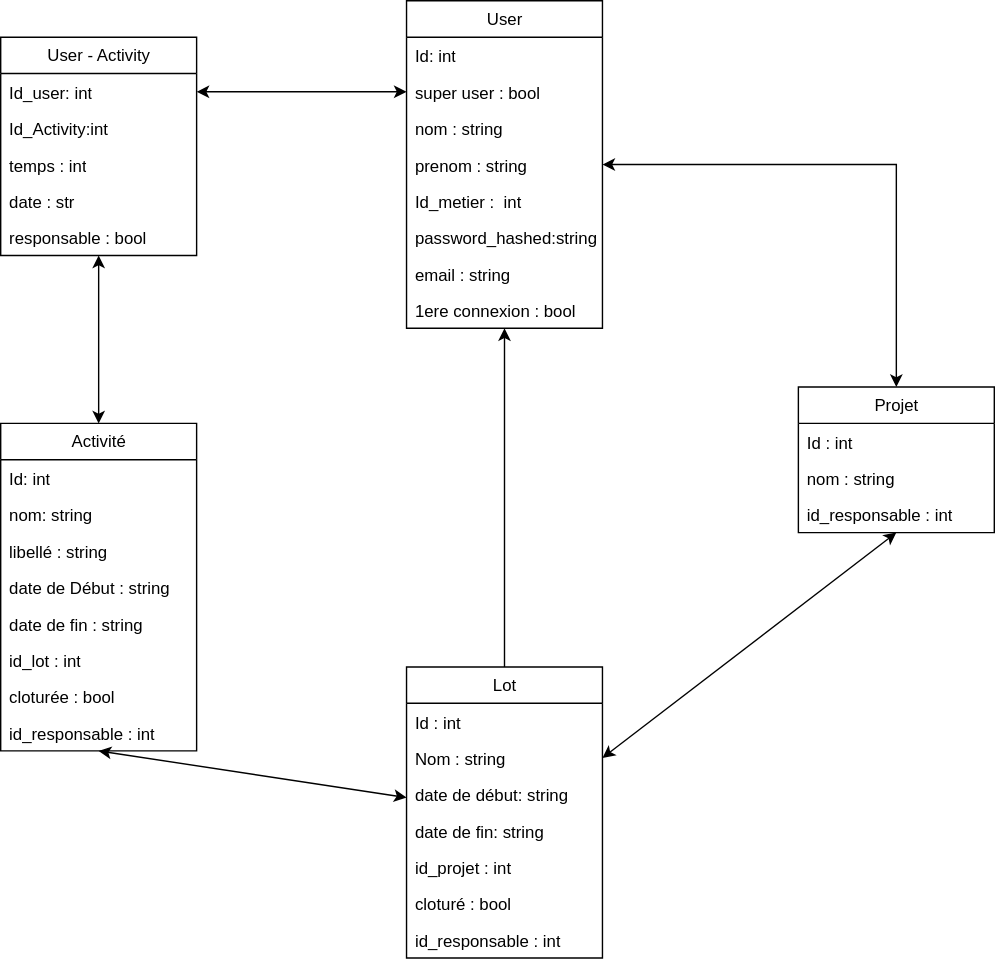
fetohiaras/projet-genilog-is keeps this draw.io diagram as BDD/diagramme_BDD.svg. Above is the earlier version. Source tidied: cells renumbered, new cells last; positions are measured from the earlier drawing's top-left corner, leaving out a move shared by most shapes.
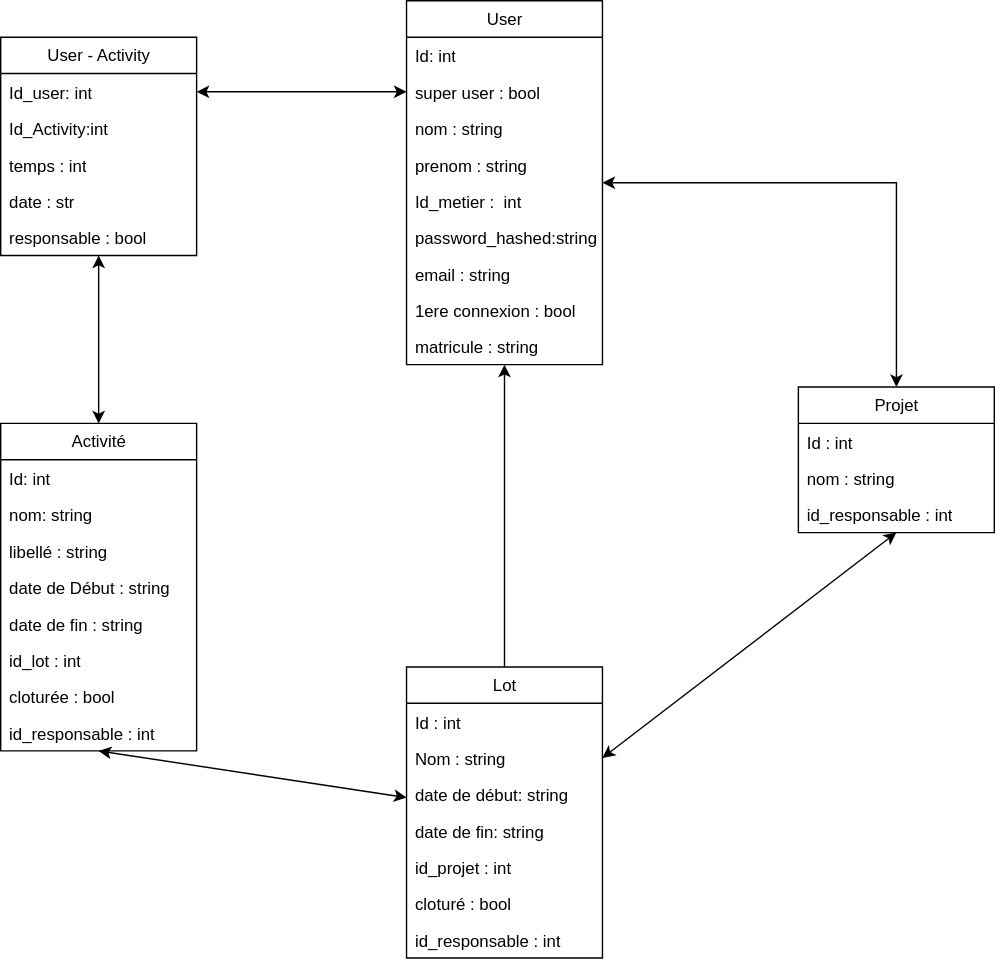
Above is the later version.

Change to the diagram source:
```diff
@@ -11,7 +11,7 @@
       </mxGeometry>
     </mxCell>
     <mxCell id="3" value="User" style="swimlane;fontStyle=0;horizontal=1;startSize=26;fillColor=none;whiteSpace=wrap;html=1;" parent="1" vertex="1">
-      <mxGeometry x="290" width="140" height="234" as="geometry" />
+      <mxGeometry x="290" width="140" height="260" as="geometry" />
     </mxCell>
     <mxCell id="4" value="Id: int" style="text;strokeColor=none;fillColor=none;align=left;verticalAlign=top;spacingLeft=4;spacingRight=4;overflow=hidden;whiteSpace=wrap;html=1;" parent="3" vertex="1">
       <mxGeometry y="26" width="140" height="26" as="geometry" />
@@ -37,6 +37,9 @@
     <mxCell id="11" value="1ere connexion : bool" style="text;strokeColor=none;fillColor=none;align=left;verticalAlign=top;spacingLeft=4;spacingRight=4;overflow=hidden;whiteSpace=wrap;html=1;" parent="3" vertex="1">
       <mxGeometry y="208" width="140" height="26" as="geometry" />
     </mxCell>
+    <mxCell id="44" value="matricule : string" style="text;strokeColor=none;fillColor=none;align=left;verticalAlign=top;spacingLeft=4;spacingRight=4;overflow=hidden;whiteSpace=wrap;html=1;" parent="3" vertex="1">
+      <mxGeometry y="234" width="140" height="26" as="geometry" />
+    </mxCell>
     <mxCell id="12" style="edgeStyle=orthogonalEdgeStyle;rounded=0;jettySize=auto;html=1;startArrow=classic;startFill=1;exitX=1;exitY=0.5;exitDx=0;exitDy=0;" parent="1" edge="1" source="3" target="39">
       <mxGeometry relative="1" as="geometry" />
     </mxCell>
```
